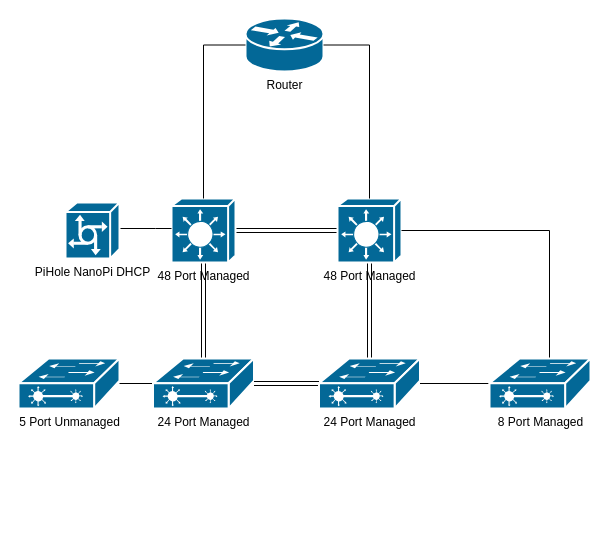
Earlier version of the draw.io diagram files/Untitled Diagram.drawio (wavpro/flowcharts). Source tidied: cells renumbered, new cells numbered last; positions are measured from the earlier drawing's top-left corner, leaving out a move shared by most shapes. Both pictures are drawn from the tidied source at 100%, with x=0, y=0 at pixel (18, 18).
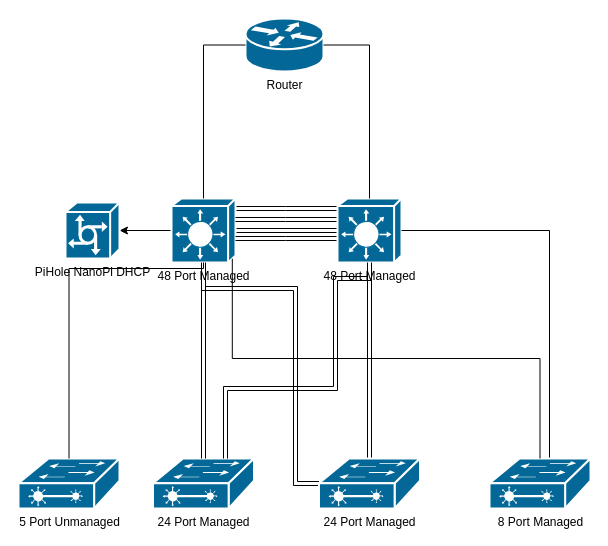
The same diagram, later.

Unchanged cells that the change refers to:
```xml
<mxCell id="5" value="48 Port Managed" style="shape=mxgraph.cisco.switches.layer_3_switch;sketch=0;html=1;dashed=0;fillColor=#036897;strokeColor=#ffffff;strokeWidth=2;verticalLabelPosition=bottom;verticalAlign=top;align=center;outlineConnect=0;" parent="1" vertex="1">
  <mxGeometry x="153" y="180" width="64" height="64" as="geometry" />
</mxCell>
<mxCell id="7" value="48 Port Managed" style="shape=mxgraph.cisco.switches.layer_3_switch;sketch=0;html=1;dashed=0;fillColor=#036897;strokeColor=#ffffff;strokeWidth=2;verticalLabelPosition=bottom;verticalAlign=top;align=center;outlineConnect=0;" parent="1" vertex="1">
  <mxGeometry x="319" y="180" width="64" height="64" as="geometry" />
</mxCell>
<mxCell id="19" value="PiHole NanoPi DHCP" style="shape=mxgraph.cisco.servers.communications_server;sketch=0;html=1;dashed=0;fillColor=#036897;strokeColor=#ffffff;strokeWidth=2;verticalLabelPosition=bottom;verticalAlign=top;align=center;outlineConnect=0;" parent="1" vertex="1">
  <mxGeometry x="47" y="184" width="54" height="56" as="geometry" />
</mxCell>
```

What changed in the source:
```diff
@@
-    <mxCell id="4" style="edgeStyle=orthogonalEdgeStyle;rounded=0;jettySize=auto;html=1;shape=link;" parent="1" edge="1" source="5" target="12">
-      <mxGeometry relative="1" as="geometry" />
+    <mxCell id="4" style="edgeStyle=orthogonalEdgeStyle;rounded=0;jettySize=auto;html=1;shape=link;entryX=0;entryY=0.5;entryDx=0;entryDy=0;entryPerimeter=0;" parent="1" edge="1" source="5" target="14">
+      <mxGeometry relative="1" as="geometry">
+        <Array as="points">
+          <mxPoint x="185" y="270" />
+          <mxPoint x="277" y="270" />
+          <mxPoint x="277" y="465" />
+        </Array>
+      </mxGeometry>
     </mxCell>
+    <mxCell id="20" style="edgeStyle=orthogonalEdgeStyle;rounded=0;jettySize=auto;html=1;shape=link;" parent="1" edge="1" source="5" target="7">
+      <mxGeometry relative="1" as="geometry">
+        <Array as="points">
+          <mxPoint x="267" y="190" />
+          <mxPoint x="267" y="190" />
+        </Array>
+      </mxGeometry>
+    </mxCell>
+    <mxCell id="21" style="edgeStyle=orthogonalEdgeStyle;rounded=0;jettySize=auto;html=1;" parent="1" edge="1" source="5" target="19">
+      <mxGeometry relative="1" as="geometry" />
+    </mxCell>
@@
+    <mxCell id="22" style="edgeStyle=orthogonalEdgeStyle;rounded=0;orthogonalLoop=1;jettySize=auto;html=1;shape=link;" parent="1" edge="1">
+      <mxGeometry relative="1" as="geometry">
+        <mxPoint x="319" y="201" as="sourcePoint" />
+        <mxPoint x="217" y="201" as="targetPoint" />
+        <Array as="points">
+          <mxPoint x="267" y="201" />
+          <mxPoint x="267" y="201" />
+        </Array>
+      </mxGeometry>
+    </mxCell>
+    <mxCell id="23" style="edgeStyle=orthogonalEdgeStyle;rounded=0;jettySize=auto;html=1;shape=link;" parent="1" edge="1" source="7" target="5">
+      <mxGeometry relative="1" as="geometry">
+        <Array as="points">
+          <mxPoint x="267" y="220" />
+          <mxPoint x="267" y="220" />
+        </Array>
+      </mxGeometry>
+    </mxCell>
@@
     <mxCell id="10" value="5 Port Unmanaged" style="shape=mxgraph.cisco.switches.layer_2_remote_switch;sketch=0;html=1;dashed=0;fillColor=#036897;strokeColor=#ffffff;strokeWidth=2;verticalLabelPosition=bottom;verticalAlign=top;align=center;outlineConnect=0;" parent="1" vertex="1">
-      <mxGeometry y="340" width="101" height="50" as="geometry" />
+      <mxGeometry y="440" width="101" height="50" as="geometry" />
     </mxCell>
-    <mxCell id="11" style="edgeStyle=orthogonalEdgeStyle;rounded=0;jettySize=auto;html=1;endArrow=none;endFill=0;" parent="1" edge="1" source="12" target="10">
-      <mxGeometry relative="1" as="geometry" />
-    </mxCell>
     <mxCell id="12" value="24 Port Managed" style="shape=mxgraph.cisco.switches.layer_2_remote_switch;sketch=0;html=1;dashed=0;fillColor=#036897;strokeColor=#ffffff;strokeWidth=2;verticalLabelPosition=bottom;verticalAlign=top;align=center;outlineConnect=0;" parent="1" vertex="1">
-      <mxGeometry x="134.5" y="340" width="101" height="50" as="geometry" />
+      <mxGeometry x="134.5" y="440" width="101" height="50" as="geometry" />
     </mxCell>
-    <mxCell id="13" style="edgeStyle=orthogonalEdgeStyle;rounded=0;jettySize=auto;html=1;shape=link;" parent="1" edge="1" source="14" target="12">
-      <mxGeometry relative="1" as="geometry" />
-    </mxCell>
     <mxCell id="14" value="24 Port Managed" style="shape=mxgraph.cisco.switches.layer_2_remote_switch;sketch=0;html=1;dashed=0;fillColor=#036897;strokeColor=#ffffff;strokeWidth=2;verticalLabelPosition=bottom;verticalAlign=top;align=center;outlineConnect=0;" parent="1" vertex="1">
-      <mxGeometry x="300.5" y="340" width="101" height="50" as="geometry" />
+      <mxGeometry x="300.5" y="440" width="101" height="50" as="geometry" />
     </mxCell>
@@
-    <mxCell id="16" style="edgeStyle=orthogonalEdgeStyle;rounded=0;jettySize=auto;html=1;endArrow=none;endFill=0;" parent="1" edge="1" source="17" target="14">
-      <mxGeometry relative="1" as="geometry" />
-    </mxCell>
     <mxCell id="17" value="8 Port Managed" style="shape=mxgraph.cisco.switches.layer_2_remote_switch;sketch=0;html=1;dashed=0;fillColor=#036897;strokeColor=#ffffff;strokeWidth=2;verticalLabelPosition=bottom;verticalAlign=top;align=center;outlineConnect=0;" parent="1" vertex="1">
-      <mxGeometry x="471" y="340" width="101" height="50" as="geometry" />
+      <mxGeometry x="471" y="440" width="101" height="50" as="geometry" />
     </mxCell>
-    <mxCell id="18" style="edgeStyle=orthogonalEdgeStyle;rounded=0;jettySize=auto;html=1;endArrow=none;endFill=0;" parent="1" edge="1" source="19" target="5">
+    <mxCell id="18" style="edgeStyle=orthogonalEdgeStyle;rounded=0;jettySize=auto;html=1;endArrow=none;endFill=0;exitX=0.5;exitY=0;exitDx=0;exitDy=0;exitPerimeter=0;" parent="1" edge="1" source="10" target="5">
       <mxGeometry relative="1" as="geometry">
         <Array as="points">
-          <mxPoint x="137" y="210" />
-          <mxPoint x="137" y="210" />
+          <mxPoint x="51" y="250" />
+          <mxPoint x="185" y="250" />
         </Array>
       </mxGeometry>
     </mxCell>
@@
+    <mxCell id="24" style="edgeStyle=orthogonalEdgeStyle;rounded=0;jettySize=auto;html=1;entryX=0.5;entryY=1;entryDx=0;entryDy=0;entryPerimeter=0;shape=link;" parent="1" edge="1" source="12" target="5">
+      <mxGeometry relative="1" as="geometry" />
+    </mxCell>
+    <mxCell id="25" style="edgeStyle=orthogonalEdgeStyle;rounded=0;jettySize=auto;html=1;entryX=0.5;entryY=1;entryDx=0;entryDy=0;entryPerimeter=0;shape=link;" parent="1" edge="1" source="12" target="7">
+      <mxGeometry relative="1" as="geometry">
+        <Array as="points">
+          <mxPoint x="207" y="370" />
+          <mxPoint x="317" y="370" />
+          <mxPoint x="317" y="260" />
+          <mxPoint x="351" y="260" />
+        </Array>
+      </mxGeometry>
+    </mxCell>
+    <mxCell id="26" style="edgeStyle=orthogonalEdgeStyle;rounded=0;jettySize=auto;html=1;entryX=0.95;entryY=0.94;entryDx=0;entryDy=0;entryPerimeter=0;endArrow=none;endFill=0;" parent="1" edge="1" source="17" target="5">
+      <mxGeometry relative="1" as="geometry">
+        <Array as="points">
+          <mxPoint x="522" y="340" />
+          <mxPoint x="214" y="340" />
+        </Array>
+      </mxGeometry>
+    </mxCell>
```
